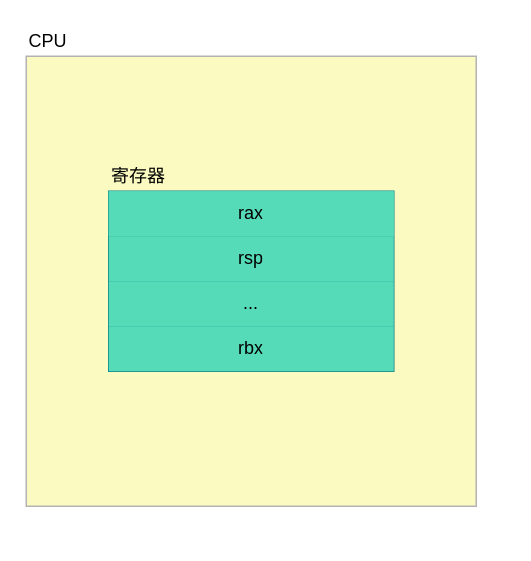
This is page "1.1-1" (1 of 5) of core/asml/asml.drawio from yungsem/books, a draw.io file, before an edit. Source tidied: cells renumbered, new cells numbered last; positions are measured from the earlier drawing's top-left corner, leaving out a move shared by most shapes. Both pictures are drawn from the tidied source at 150%, with x=0, y=0 at pixel (26, 26).
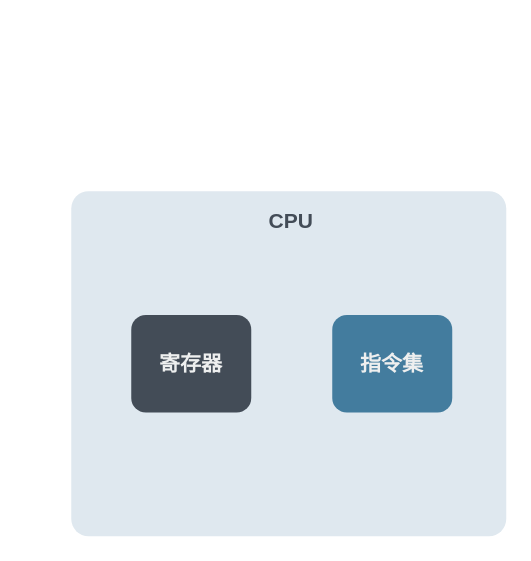
After the change.

Change to the diagram source:
```diff
@@
 <mxGraphModel>
   <root>
     <mxCell id="0" />
     <mxCell id="1" parent="0" />
-    <mxCell id="2" style="whiteSpace=wrap;html=1;align=left;strokeWidth=1;fillColor=#FAFAC1;strokeColor=#B3B3B3;" parent="1" vertex="1">
-      <mxGeometry y="20" width="300" height="300" as="geometry" />
-    </mxCell>
-    <mxCell id="3" style="shape=table;html=1;whiteSpace=wrap;startSize=0;childLayout=tableLayout;strokeColor=#0e8088;fillColor=#b0e3e6;" parent="1" vertex="1">
-      <mxGeometry x="55" y="110" width="190" height="120" as="geometry" />
-    </mxCell>
-    <mxCell id="4" style="shape=partialRectangle;html=1;whiteSpace=wrap;top=0;left=0;bottom=0;right=0;fillColor=#56DBB8;" parent="3" vertex="1">
-      <mxGeometry width="190" height="30" as="geometry" />
-    </mxCell>
-    <mxCell id="5" value="rax" style="shape=partialRectangle;html=1;whiteSpace=wrap;overflow=hidden;top=0;left=0;bottom=0;right=0;strokeColor=none;fillColor=#56DBB8;" parent="4" vertex="1">
-      <mxGeometry width="190" height="30" as="geometry" />
-    </mxCell>
-    <mxCell id="6" style="shape=partialRectangle;html=1;whiteSpace=wrap;fillColor=none;top=0;left=0;bottom=0;right=0;" parent="3" vertex="1">
-      <mxGeometry y="30" width="190" height="30" as="geometry" />
-    </mxCell>
-    <mxCell id="7" value="rsp" style="shape=partialRectangle;html=1;whiteSpace=wrap;overflow=hidden;top=0;left=0;bottom=0;right=0;strokeColor=none;fillColor=#56DBB8;" parent="6" vertex="1">
-      <mxGeometry width="190" height="30" as="geometry" />
-    </mxCell>
-    <mxCell id="8" style="shape=partialRectangle;html=1;whiteSpace=wrap;fillColor=none;top=0;left=0;bottom=0;right=0;" parent="3" vertex="1">
-      <mxGeometry y="60" width="190" height="30" as="geometry" />
-    </mxCell>
-    <mxCell id="9" value="..." style="shape=partialRectangle;html=1;whiteSpace=wrap;overflow=hidden;top=0;left=0;bottom=0;right=0;strokeColor=none;fillColor=#56DBB8;" parent="8" vertex="1">
-      <mxGeometry width="190" height="30" as="geometry" />
-    </mxCell>
-    <mxCell id="10" style="shape=partialRectangle;html=1;whiteSpace=wrap;fillColor=none;top=0;left=0;bottom=0;right=0;" parent="3" vertex="1">
-      <mxGeometry y="90" width="190" height="30" as="geometry" />
-    </mxCell>
-    <mxCell id="11" value="rbx" style="shape=partialRectangle;html=1;whiteSpace=wrap;overflow=hidden;top=0;left=0;bottom=0;right=0;strokeColor=none;fillColor=#56DBB8;" parent="10" vertex="1">
-      <mxGeometry width="190" height="30" as="geometry" />
-    </mxCell>
+    <mxCell id="14" style="rounded=1;whiteSpace=wrap;html=1;fontFamily=Lucida Console;fontColor=#EEEFEF;fillColor=#DFE8EF;strokeColor=none;arcSize=5;glass=0;shadow=0;sketch=0;" parent="1" vertex="1">
+      <mxGeometry x="30" y="110" width="290" height="230" as="geometry" />
+    </mxCell>
-    <mxCell id="12" value="CPU" style="text;html=1;strokeColor=none;fillColor=none;align=left;verticalAlign=middle;whiteSpace=wrap;rounded=0;" parent="1" vertex="1">
-      <mxGeometry width="40" height="20" as="geometry" />
+    <mxCell id="12" value="CPU" style="text;html=1;strokeColor=none;fillColor=none;align=left;verticalAlign=middle;whiteSpace=wrap;rounded=0;fontColor=#434C57;fontStyle=1;fontSize=14;" parent="1" vertex="1">
+      <mxGeometry x="160" y="120" width="40" height="20" as="geometry" />
     </mxCell>
-    <mxCell id="13" value="寄存器" style="text;html=1;strokeColor=none;fillColor=none;align=center;verticalAlign=middle;whiteSpace=wrap;rounded=0;" parent="1" vertex="1">
-      <mxGeometry x="55" y="90" width="40" height="20" as="geometry" />
+    <mxCell id="13" value="寄存器" style="rounded=1;whiteSpace=wrap;html=1;fillColor=#434C57;fontColor=#EEEFEF;fontFamily=Lucida Console;strokeColor=none;fontSize=14;fontStyle=1;" parent="1" vertex="1">
+      <mxGeometry x="70" y="192.5" width="80" height="65" as="geometry" />
     </mxCell>
+    <mxCell id="15" value="指令集" style="rounded=1;whiteSpace=wrap;html=1;fontFamily=Lucida Console;fontColor=#EEEFEF;strokeColor=none;fontStyle=1;fillColor=#437C9E;fontSize=14;" parent="1" vertex="1">
+      <mxGeometry x="204" y="192.5" width="80" height="65" as="geometry" />
+    </mxCell>
   </root>
 </mxGraphModel>
```
